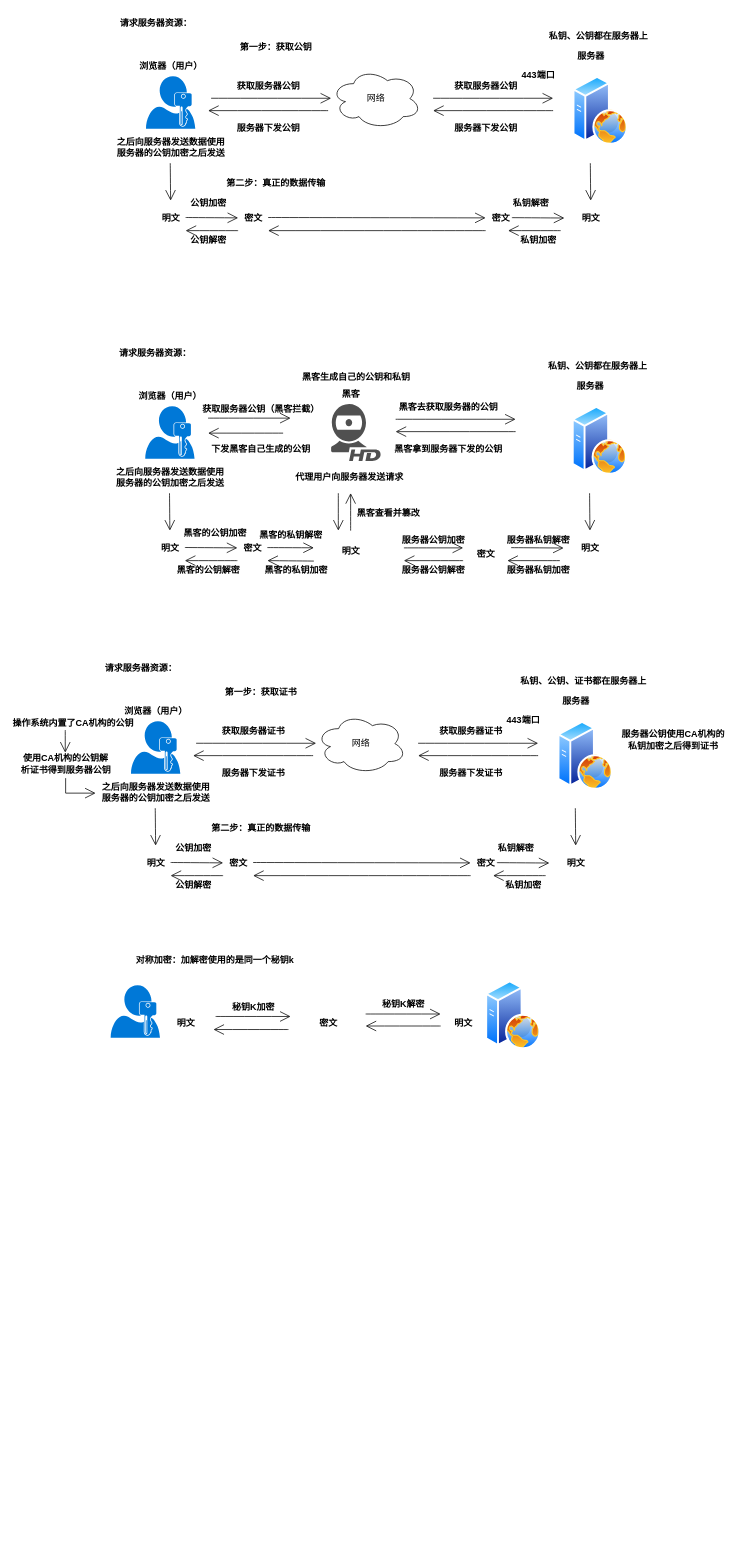
The draw.io diagram 高级/HTTP和HTTPS.drawio in Chaimek/LearnPictures, before the edit. Source tidied: cells renumbered, new cells numbered last; positions are measured from the earlier drawing's top-left corner, leaving out a move shared by most shapes. Both pictures are drawn from the tidied source at 75%, with x=0, y=0 at pixel (35, 13).
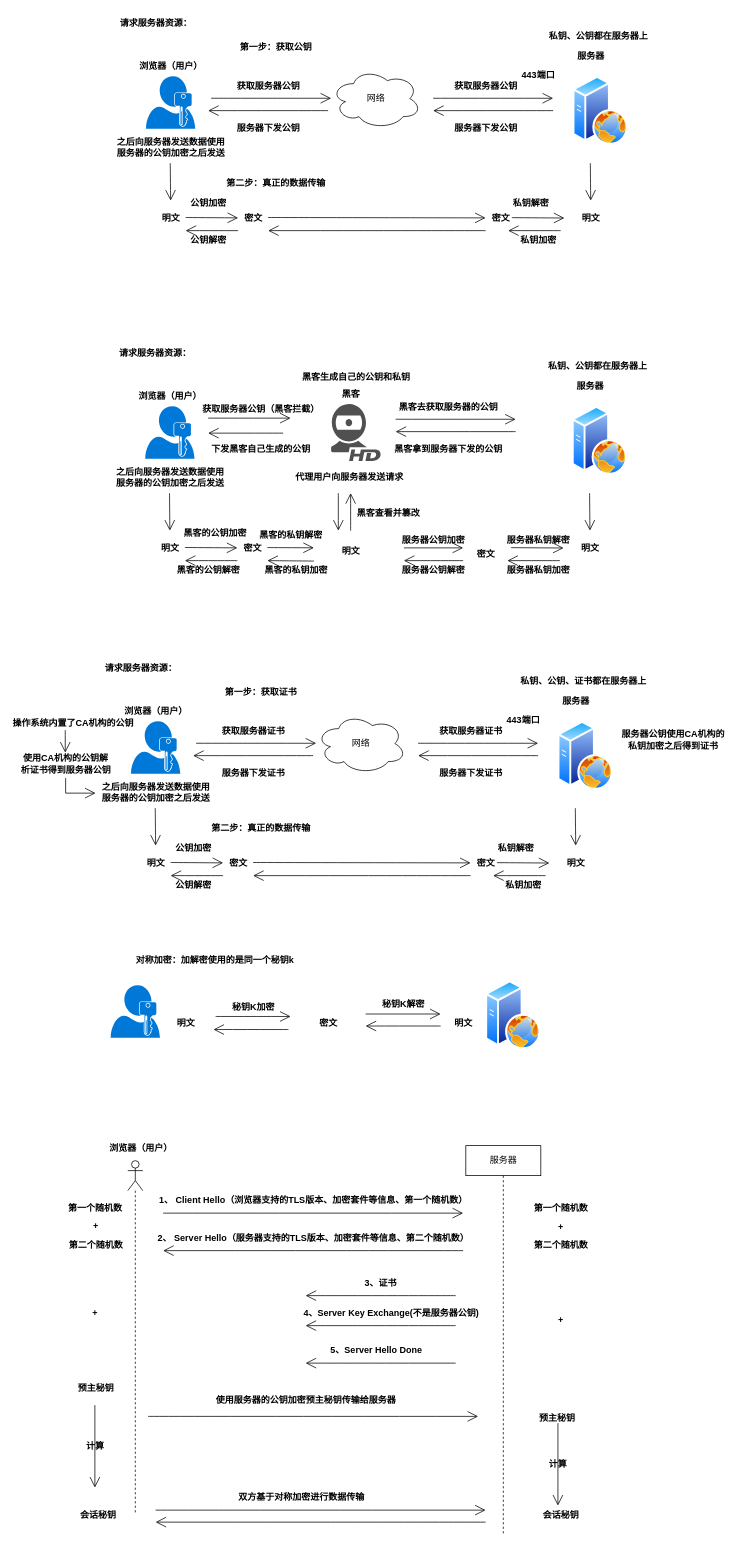
The same page after the edit.

Change to the diagram source:
```diff
@@
+    <mxCell id="134" style="shape=umlLifeline;perimeter=lifelinePerimeter;whiteSpace=wrap;html=1;newEdgeStyle={&quot;edgeStyle&quot;:&quot;elbowEdgeStyle&quot;,&quot;elbow&quot;:&quot;vertical&quot;,&quot;curved&quot;:0,&quot;rounded&quot;:0};participant=umlActor;" parent="1" vertex="1">
+      <mxGeometry x="122.9" y="1530" width="20" height="470" as="geometry" />
+    </mxCell>
+    <mxCell id="135" value="浏览器（用户）" style="text;align=center;fontStyle=1;verticalAlign=middle;spacingLeft=3;spacingRight=3;strokeColor=none;html=1;" parent="1" vertex="1">
+      <mxGeometry x="100" y="1500" width="80" height="26" as="geometry" />
+    </mxCell>
+    <mxCell id="136" value="服务器" style="shape=umlLifeline;perimeter=lifelinePerimeter;whiteSpace=wrap;html=1;newEdgeStyle={&quot;edgeStyle&quot;:&quot;elbowEdgeStyle&quot;,&quot;elbow&quot;:&quot;vertical&quot;,&quot;curved&quot;:0,&quot;rounded&quot;:0};" parent="1" vertex="1">
+      <mxGeometry x="573.6" y="1510" width="100" height="520" as="geometry" />
+    </mxCell>
+    <mxCell id="137" style="endArrow=open;endFill=1;endSize=12;html=1;rounded=0;curved=1;" parent="1" edge="1">
+      <mxGeometry relative="1" as="geometry">
+        <mxPoint x="170" y="1600" as="sourcePoint" />
+        <mxPoint x="570" y="1600" as="targetPoint" />
+      </mxGeometry>
+    </mxCell>
+    <mxCell id="138" value="1、 Client Hello（浏览器支持的TLS版本、加密套件等信息、第一个随机数）" style="text;align=center;fontStyle=1;verticalAlign=middle;spacingLeft=3;spacingRight=3;strokeColor=none;html=1;" parent="1" vertex="1">
+      <mxGeometry x="330" y="1570" width="80" height="26" as="geometry" />
+    </mxCell>
+    <mxCell id="139" style="endArrow=open;endFill=1;endSize=12;html=1;rounded=0;curved=1;" parent="1" edge="1">
+      <mxGeometry relative="1" as="geometry">
+        <mxPoint x="570" y="1650" as="sourcePoint" />
+        <mxPoint x="170" y="1650" as="targetPoint" />
+      </mxGeometry>
+    </mxCell>
+    <mxCell id="140" value="2、 Server Hello（服务器支持的TLS版本、加密套件等信息、第二个随机数）" style="text;align=center;fontStyle=1;verticalAlign=middle;spacingLeft=3;spacingRight=3;strokeColor=none;html=1;" parent="1" vertex="1">
+      <mxGeometry x="330" y="1620" width="80" height="26" as="geometry" />
+    </mxCell>
+    <mxCell id="141" style="endArrow=open;endFill=1;endSize=12;html=1;rounded=0;curved=1;" parent="1" edge="1">
+      <mxGeometry relative="1" as="geometry">
+        <mxPoint x="560" y="1710" as="sourcePoint" />
+        <mxPoint x="360" y="1710" as="targetPoint" />
+      </mxGeometry>
+    </mxCell>
+    <mxCell id="142" style="endArrow=open;endFill=1;endSize=12;html=1;rounded=0;curved=1;" parent="1" edge="1">
+      <mxGeometry relative="1" as="geometry">
+        <mxPoint x="560" y="1800" as="sourcePoint" />
+        <mxPoint x="360" y="1800" as="targetPoint" />
+      </mxGeometry>
+    </mxCell>
+    <mxCell id="143" style="endArrow=open;endFill=1;endSize=12;html=1;rounded=0;curved=1;" parent="1" edge="1">
+      <mxGeometry relative="1" as="geometry">
+        <mxPoint x="560" y="1750" as="sourcePoint" />
+        <mxPoint x="360" y="1750" as="targetPoint" />
+      </mxGeometry>
+    </mxCell>
+    <mxCell id="144" value="3、证书" style="text;align=center;fontStyle=1;verticalAlign=middle;spacingLeft=3;spacingRight=3;strokeColor=none;html=1;" parent="1" vertex="1">
+      <mxGeometry x="420" y="1680" width="80" height="26" as="geometry" />
+    </mxCell>
+    <mxCell id="145" value="&lt;div style=&quot;orphans: 4; text-align: start;&quot;&gt;&lt;span style=&quot;background-color: initial;&quot;&gt;4、Server Key Exchange(不是服务器公钥)&lt;/span&gt;&lt;/div&gt;" style="text;align=center;fontStyle=1;verticalAlign=middle;spacingLeft=3;spacingRight=3;strokeColor=none;html=1;" parent="1" vertex="1">
+      <mxGeometry x="434" y="1720" width="80" height="26" as="geometry" />
+    </mxCell>
+    <mxCell id="146" value="5、Server Hello Done" style="text;align=center;fontStyle=1;verticalAlign=middle;spacingLeft=3;spacingRight=3;strokeColor=none;html=1;" parent="1" vertex="1">
+      <mxGeometry x="414" y="1770" width="80" height="26" as="geometry" />
+    </mxCell>
+    <mxCell id="147" value="第一个随机数" style="text;align=center;fontStyle=1;verticalAlign=middle;spacingLeft=3;spacingRight=3;strokeColor=none;html=1;" parent="1" vertex="1">
+      <mxGeometry x="39" y="1580" width="80" height="26" as="geometry" />
+    </mxCell>
+    <mxCell id="148" value="第一个随机数" style="text;align=center;fontStyle=1;verticalAlign=middle;spacingLeft=3;spacingRight=3;strokeColor=none;html=1;" parent="1" vertex="1">
+      <mxGeometry x="660" y="1580" width="80" height="26" as="geometry" />
+    </mxCell>
+    <mxCell id="149" value="第二个随机数" style="text;align=center;fontStyle=1;verticalAlign=middle;spacingLeft=3;spacingRight=3;strokeColor=none;html=1;" parent="1" vertex="1">
+      <mxGeometry x="40" y="1630" width="80" height="26" as="geometry" />
+    </mxCell>
+    <mxCell id="150" value="第二个随机数" style="text;align=center;fontStyle=1;verticalAlign=middle;spacingLeft=3;spacingRight=3;strokeColor=none;html=1;" parent="1" vertex="1">
+      <mxGeometry x="660" y="1630" width="80" height="26" as="geometry" />
+    </mxCell>
+    <mxCell id="151" value="预主秘钥" style="text;align=center;fontStyle=1;verticalAlign=middle;spacingLeft=3;spacingRight=3;strokeColor=none;html=1;" parent="1" vertex="1">
+      <mxGeometry x="40" y="1820" width="80" height="26" as="geometry" />
+    </mxCell>
+    <mxCell id="152" value="预主秘钥" style="text;align=center;fontStyle=1;verticalAlign=middle;spacingLeft=3;spacingRight=3;strokeColor=none;html=1;" parent="1" vertex="1">
+      <mxGeometry x="655.4" y="1860" width="80" height="26" as="geometry" />
+    </mxCell>
+    <mxCell id="153" value="会话秘钥" style="text;align=center;fontStyle=1;verticalAlign=middle;spacingLeft=3;spacingRight=3;strokeColor=none;html=1;" parent="1" vertex="1">
+      <mxGeometry x="42.9" y="1990" width="80" height="26" as="geometry" />
+    </mxCell>
+    <mxCell id="154" value="会话秘钥" style="text;align=center;fontStyle=1;verticalAlign=middle;spacingLeft=3;spacingRight=3;strokeColor=none;html=1;" parent="1" vertex="1">
+      <mxGeometry x="660" y="1990" width="80" height="26" as="geometry" />
+    </mxCell>
+    <mxCell id="155" style="endArrow=open;endFill=1;endSize=12;html=1;rounded=0;curved=1;" parent="1" edge="1">
+      <mxGeometry relative="1" as="geometry">
+        <mxPoint x="150" y="1871" as="sourcePoint" />
+        <mxPoint x="590" y="1871" as="targetPoint" />
+      </mxGeometry>
+    </mxCell>
+    <mxCell id="156" value="使用服务器的公钥加密预主秘钥传输给服务器" style="text;align=center;fontStyle=1;verticalAlign=middle;spacingLeft=3;spacingRight=3;strokeColor=none;html=1;" parent="1" vertex="1">
+      <mxGeometry x="210" y="1837" width="300" height="26" as="geometry" />
+    </mxCell>
+    <mxCell id="157" style="endArrow=open;endFill=1;endSize=12;html=1;rounded=0;curved=1;" parent="1" edge="1">
+      <mxGeometry relative="1" as="geometry">
+        <mxPoint x="160" y="1996" as="sourcePoint" />
+        <mxPoint x="600" y="1996" as="targetPoint" />
+      </mxGeometry>
+    </mxCell>
+    <mxCell id="158" style="endArrow=open;endFill=1;endSize=12;html=1;rounded=0;curved=1;" parent="1" edge="1">
+      <mxGeometry relative="1" as="geometry">
+        <mxPoint x="600" y="2012" as="sourcePoint" />
+        <mxPoint x="160" y="2012" as="targetPoint" />
+      </mxGeometry>
+    </mxCell>
+    <mxCell id="159" value="双方基于对称加密进行数据传输" style="text;align=center;fontStyle=1;verticalAlign=middle;spacingLeft=3;spacingRight=3;strokeColor=none;html=1;" parent="1" vertex="1">
+      <mxGeometry x="314" y="1966" width="80" height="26" as="geometry" />
+    </mxCell>
+    <mxCell id="160" value="+" style="text;align=center;fontStyle=1;verticalAlign=middle;spacingLeft=3;spacingRight=3;strokeColor=none;html=1;" parent="1" vertex="1">
+      <mxGeometry x="40" y="1604" width="80" height="26" as="geometry" />
+    </mxCell>
+    <mxCell id="161" value="+" style="text;align=center;fontStyle=1;verticalAlign=middle;spacingLeft=3;spacingRight=3;strokeColor=none;html=1;" parent="1" vertex="1">
+      <mxGeometry x="39" y="1720" width="80" height="26" as="geometry" />
+    </mxCell>
+    <mxCell id="162" value="+" style="text;align=center;fontStyle=1;verticalAlign=middle;spacingLeft=3;spacingRight=3;strokeColor=none;html=1;" parent="1" vertex="1">
+      <mxGeometry x="660" y="1730" width="80" height="26" as="geometry" />
+    </mxCell>
+    <mxCell id="163" value="+" style="text;align=center;fontStyle=1;verticalAlign=middle;spacingLeft=3;spacingRight=3;strokeColor=none;html=1;" parent="1" vertex="1">
+      <mxGeometry x="660" y="1606" width="80" height="26" as="geometry" />
+    </mxCell>
+    <mxCell id="164" style="endArrow=open;endFill=1;endSize=12;html=1;rounded=0;curved=1;" parent="1" edge="1">
+      <mxGeometry relative="1" as="geometry">
+        <mxPoint x="79" y="1856" as="sourcePoint" />
+        <mxPoint x="79" y="1966" as="targetPoint" />
+        <Array as="points">
+          <mxPoint x="79" y="1906" />
+        </Array>
+      </mxGeometry>
+    </mxCell>
+    <mxCell id="165" value="计算" style="text;align=center;fontStyle=1;verticalAlign=middle;spacingLeft=3;spacingRight=3;strokeColor=none;html=1;" parent="1" vertex="1">
+      <mxGeometry x="39" y="1896" width="80" height="30" as="geometry" />
+    </mxCell>
+    <mxCell id="166" style="endArrow=open;endFill=1;endSize=12;html=1;rounded=0;curved=1;" parent="1" edge="1">
+      <mxGeometry relative="1" as="geometry">
+        <mxPoint x="696.4" y="1880" as="sourcePoint" />
+        <mxPoint x="696.4" y="1990" as="targetPoint" />
+        <Array as="points">
+          <mxPoint x="696.4" y="1930" />
+        </Array>
+      </mxGeometry>
+    </mxCell>
+    <mxCell id="167" value="计算" style="text;align=center;fontStyle=1;verticalAlign=middle;spacingLeft=3;spacingRight=3;strokeColor=none;html=1;" parent="1" vertex="1">
+      <mxGeometry x="656.4" y="1920" width="80" height="30" as="geometry" />
+    </mxCell>
```
